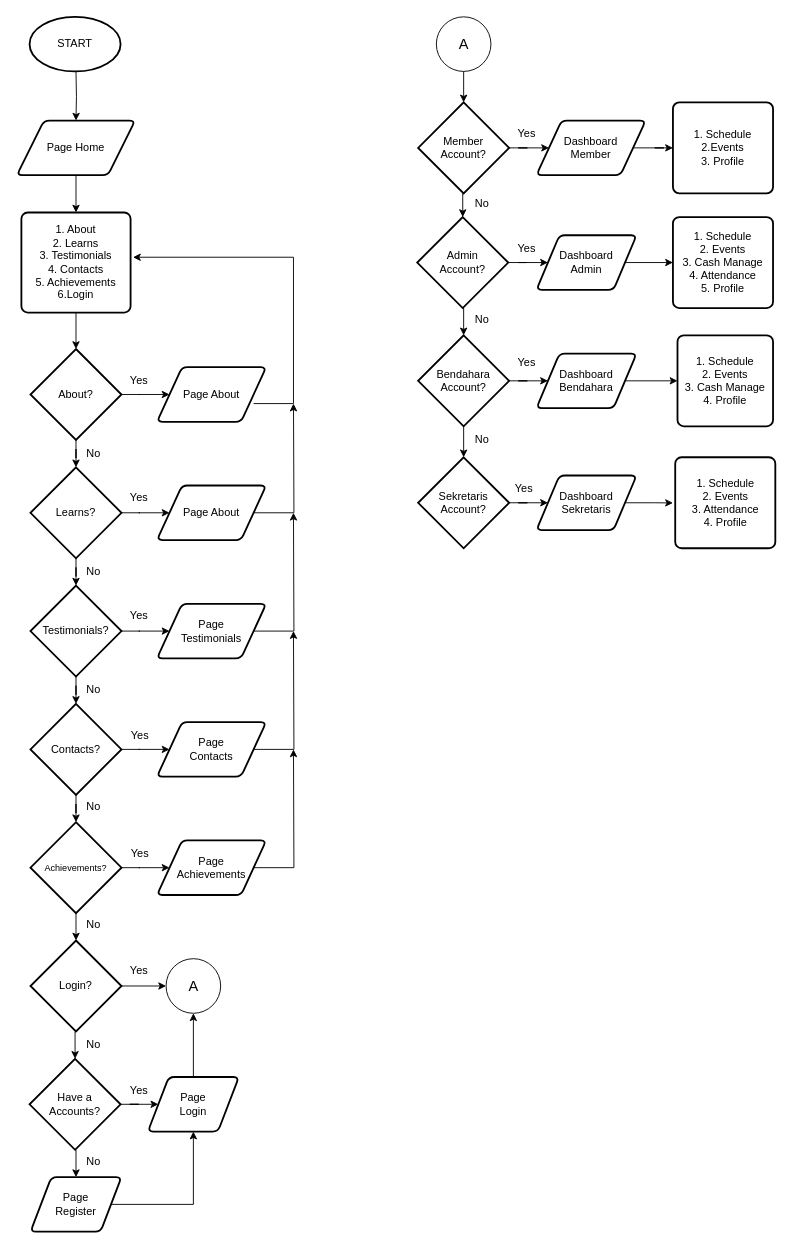
This is Syntax-Web.drawio from dapzz-id/DrawIO, a draw.io file, before an edit. Source tidied: cells renumbered, new cells numbered last; positions are measured from the earlier drawing's top-left corner, leaving out a move shared by most shapes. Both pictures are drawn from the tidied source at 91%, with x=0, y=0 at pixel (16, 16).
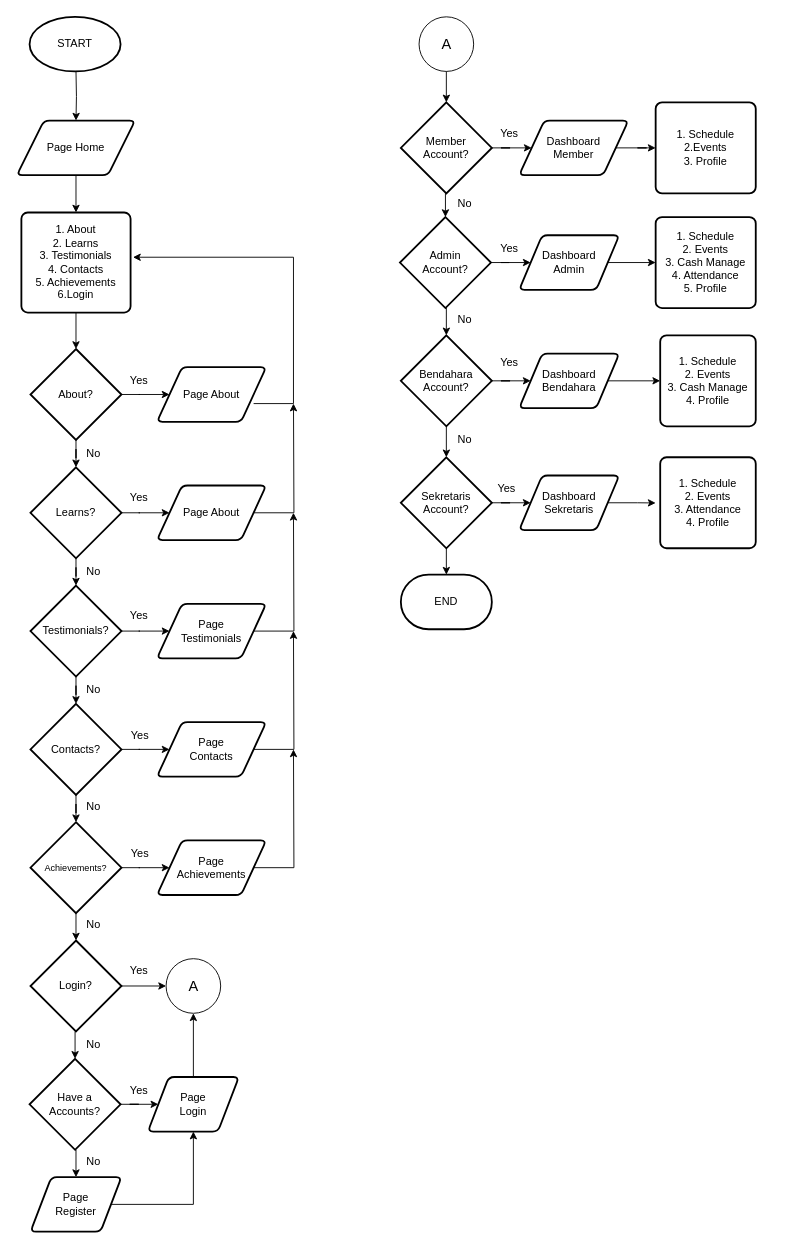
Above is the later version.

What changed in the source:
```diff
@@
     <mxCell id="57" value="&lt;font style=&quot;font-size: 16px;&quot;&gt;A&lt;/font&gt;" style="verticalLabelPosition=middle;verticalAlign=middle;html=1;shape=mxgraph.flowchart.on-page_reference;labelPosition=center;align=center;" parent="1" vertex="1">
-      <mxGeometry x="461" width="60" height="60" as="geometry" />
+      <mxGeometry x="442" width="60" height="60" as="geometry" />
     </mxCell>
@@
     <mxCell id="60" value="Member&lt;div&gt;Account?&lt;/div&gt;" style="strokeWidth=2;html=1;shape=mxgraph.flowchart.decision;whiteSpace=wrap;" parent="1" vertex="1">
-      <mxGeometry x="441" y="94" width="100" height="100" as="geometry" />
+      <mxGeometry x="422" y="94" width="100" height="100" as="geometry" />
     </mxCell>
@@
     <mxCell id="63" value="&lt;div&gt;Dashboard&lt;/div&gt;&lt;div&gt;Member&lt;/div&gt;" style="shape=parallelogram;html=1;strokeWidth=2;perimeter=parallelogramPerimeter;whiteSpace=wrap;rounded=1;arcSize=12;size=0.23;" parent="1" vertex="1">
-      <mxGeometry x="571" y="114" width="120" height="60" as="geometry" />
+      <mxGeometry x="552" y="114" width="120" height="60" as="geometry" />
     </mxCell>
     <mxCell id="64" value="Yes" style="text;html=1;align=center;verticalAlign=middle;strokeColor=none;fillColor=none;" parent="1" vertex="1">
-      <mxGeometry x="540" y="114" width="40" height="30" as="geometry" />
+      <mxGeometry x="521" y="114" width="40" height="30" as="geometry" />
     </mxCell>
     <mxCell id="65" value="1. Schedule&lt;div&gt;2.Events&lt;/div&gt;&lt;div&gt;3. Profile&lt;/div&gt;" style="rounded=1;whiteSpace=wrap;html=1;absoluteArcSize=1;arcSize=14;strokeWidth=2;" parent="1" vertex="1">
-      <mxGeometry x="721" y="94" width="110" height="100" as="geometry" />
+      <mxGeometry x="702" y="94" width="110" height="100" as="geometry" />
     </mxCell>
@@
     <mxCell id="67" value="Admin&lt;div&gt;Account?&lt;/div&gt;" style="strokeWidth=2;html=1;shape=mxgraph.flowchart.decision;whiteSpace=wrap;" parent="1" vertex="1">
-      <mxGeometry x="440" y="220" width="100" height="100" as="geometry" />
+      <mxGeometry x="421" y="220" width="100" height="100" as="geometry" />
     </mxCell>
@@
     <mxCell id="69" value="No" style="text;html=1;align=center;verticalAlign=middle;strokeColor=none;fillColor=none;" parent="1" vertex="1">
-      <mxGeometry x="491" y="190" width="40" height="30" as="geometry" />
+      <mxGeometry x="472" y="190" width="40" height="30" as="geometry" />
     </mxCell>
@@
     <mxCell id="71" value="Dashboard&lt;div&gt;Admin&lt;/div&gt;" style="shape=parallelogram;html=1;strokeWidth=2;perimeter=parallelogramPerimeter;whiteSpace=wrap;rounded=1;arcSize=12;size=0.23;" parent="1" vertex="1">
-      <mxGeometry x="571" y="240" width="110" height="60" as="geometry" />
+      <mxGeometry x="552" y="240" width="110" height="60" as="geometry" />
     </mxCell>
     <mxCell id="72" value="Yes" style="text;html=1;align=center;verticalAlign=middle;strokeColor=none;fillColor=none;" parent="1" vertex="1">
-      <mxGeometry x="540" y="240" width="40" height="30" as="geometry" />
+      <mxGeometry x="521" y="240" width="40" height="30" as="geometry" />
     </mxCell>
     <mxCell id="73" value="1. Schedule&lt;div&gt;2. Events&lt;/div&gt;&lt;div&gt;3. Cash Manage&lt;/div&gt;&lt;div&gt;4. Attendance&lt;/div&gt;&lt;div&gt;5. Profile&lt;/div&gt;" style="rounded=1;whiteSpace=wrap;html=1;absoluteArcSize=1;arcSize=14;strokeWidth=2;" parent="1" vertex="1">
-      <mxGeometry x="721" y="220" width="110" height="100" as="geometry" />
+      <mxGeometry x="702" y="220" width="110" height="100" as="geometry" />
     </mxCell>
@@
     <mxCell id="75" value="Bendahara&lt;div&gt;Account?&lt;/div&gt;" style="strokeWidth=2;html=1;shape=mxgraph.flowchart.decision;whiteSpace=wrap;" parent="1" vertex="1">
-      <mxGeometry x="441" y="350" width="100" height="100" as="geometry" />
+      <mxGeometry x="422" y="350" width="100" height="100" as="geometry" />
     </mxCell>
@@
     <mxCell id="77" value="No" style="text;html=1;align=center;verticalAlign=middle;strokeColor=none;fillColor=none;" parent="1" vertex="1">
-      <mxGeometry x="491" y="318" width="40" height="30" as="geometry" />
+      <mxGeometry x="472" y="318" width="40" height="30" as="geometry" />
     </mxCell>
@@
     <mxCell id="79" value="Dashboard&lt;div&gt;Bendahara&lt;/div&gt;" style="shape=parallelogram;html=1;strokeWidth=2;perimeter=parallelogramPerimeter;whiteSpace=wrap;rounded=1;arcSize=12;size=0.23;" parent="1" vertex="1">
-      <mxGeometry x="571" y="370" width="110" height="60" as="geometry" />
+      <mxGeometry x="552" y="370" width="110" height="60" as="geometry" />
     </mxCell>
     <mxCell id="80" value="1. Schedule&lt;div&gt;2. Events&lt;/div&gt;&lt;div&gt;3. Cash Manage&lt;/div&gt;&lt;div&gt;4. Profile&lt;/div&gt;" style="rounded=1;whiteSpace=wrap;html=1;absoluteArcSize=1;arcSize=14;strokeWidth=2;" parent="1" vertex="1">
-      <mxGeometry x="726" y="350" width="105" height="100" as="geometry" />
+      <mxGeometry x="707" y="350" width="105" height="100" as="geometry" />
     </mxCell>
@@
     <mxCell id="82" value="Sekretaris&lt;div&gt;Account?&lt;/div&gt;" style="strokeWidth=2;html=1;shape=mxgraph.flowchart.decision;whiteSpace=wrap;" parent="1" vertex="1">
-      <mxGeometry x="441" y="484" width="100" height="100" as="geometry" />
+      <mxGeometry x="422" y="484" width="100" height="100" as="geometry" />
     </mxCell>
@@
     <mxCell id="84" value="No" style="text;html=1;align=center;verticalAlign=middle;strokeColor=none;fillColor=none;" parent="1" vertex="1">
-      <mxGeometry x="491" y="450" width="40" height="30" as="geometry" />
+      <mxGeometry x="472" y="450" width="40" height="30" as="geometry" />
     </mxCell>
     <mxCell id="85" value="Yes" style="text;html=1;align=center;verticalAlign=middle;strokeColor=none;fillColor=none;" parent="1" vertex="1">
-      <mxGeometry x="540" y="365" width="40" height="30" as="geometry" />
+      <mxGeometry x="521" y="365" width="40" height="30" as="geometry" />
     </mxCell>
     <mxCell id="86" style="edgeStyle=orthogonalEdgeStyle;rounded=0;jettySize=auto;html=1;exitX=1;exitY=0.5;exitDx=0;exitDy=0;" parent="1" edge="1" source="87">
       <mxGeometry relative="1" as="geometry">
-        <mxPoint x="721" y="534.2" as="targetPoint" />
+        <mxPoint x="702" y="534.2" as="targetPoint" />
       </mxGeometry>
     </mxCell>
     <mxCell id="87" value="&lt;div&gt;Dashboard&lt;/div&gt;&lt;div&gt;Sekretaris&lt;/div&gt;" style="shape=parallelogram;html=1;strokeWidth=2;perimeter=parallelogramPerimeter;whiteSpace=wrap;rounded=1;arcSize=12;size=0.23;" parent="1" vertex="1">
-      <mxGeometry x="571" y="504" width="110" height="60" as="geometry" />
+      <mxGeometry x="552" y="504" width="110" height="60" as="geometry" />
     </mxCell>
     <mxCell id="88" value="Yes" style="text;html=1;align=center;verticalAlign=middle;strokeColor=none;fillColor=none;" parent="1" vertex="1">
-      <mxGeometry x="537" y="504" width="40" height="30" as="geometry" />
+      <mxGeometry x="518" y="504" width="40" height="30" as="geometry" />
     </mxCell>
     <mxCell id="89" value="1. Schedule&lt;div&gt;2. Events&lt;/div&gt;&lt;div&gt;3. Attendance&lt;/div&gt;&lt;div&gt;4. Profile&lt;/div&gt;" style="rounded=1;whiteSpace=wrap;html=1;absoluteArcSize=1;arcSize=14;strokeWidth=2;" parent="1" vertex="1">
-      <mxGeometry x="723.5" y="484" width="110" height="100" as="geometry" />
+      <mxGeometry x="707" y="484" width="105" height="100" as="geometry" />
     </mxCell>
+    <mxCell id="90" value="END" style="strokeWidth=2;html=1;shape=mxgraph.flowchart.terminator;whiteSpace=wrap;" parent="1" vertex="1">
+      <mxGeometry x="422" y="613" width="100" height="60" as="geometry" />
+    </mxCell>
+    <mxCell id="91" style="edgeStyle=orthogonalEdgeStyle;rounded=0;jettySize=auto;html=1;exitX=0.5;exitY=1;exitDx=0;exitDy=0;exitPerimeter=0;entryX=0.5;entryY=0;entryDx=0;entryDy=0;entryPerimeter=0;" parent="1" edge="1" source="82" target="90">
+      <mxGeometry relative="1" as="geometry" />
+    </mxCell>
```
